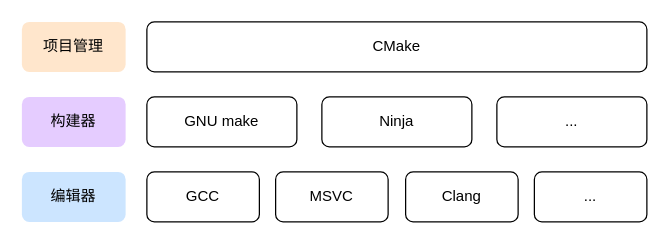
Before: notes/programming/cmake/images/01_cmake_intro_1.drawio in ZhixuanChang/zhixuanchang.github.io, a draw.io diagram. Source tidied: cells renumbered, new cells numbered last; positions are measured from the earlier drawing's top-left corner, leaving out a move shared by most shapes. Both pictures are drawn from the tidied source at 125%, with x=0, y=0 at pixel (21, 21).
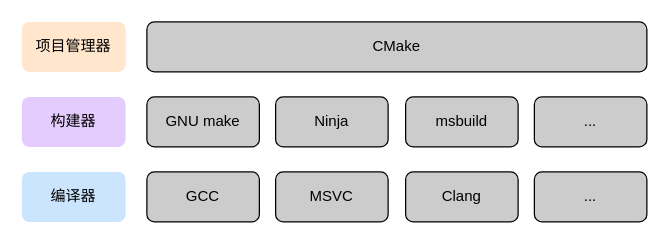
The same page after the edit.

Change to the diagram source:
```diff
@@
 <mxGraphModel>
   <root>
     <mxCell id="0" />
     <mxCell id="1" parent="0" />
-    <mxCell id="2" value="CMake" style="rounded=1;whiteSpace=wrap;html=1;" parent="1" vertex="1">
+    <mxCell id="2" value="CMake" style="rounded=1;whiteSpace=wrap;html=1;fillColor=light-dark(#CCCCCC,#CCCCCC);fontColor=light-dark(#000000,#000000);strokeColor=light-dark(#000000,#000000);" parent="1" vertex="1">
       <mxGeometry x="100" width="400" height="40" as="geometry" />
     </mxCell>
-    <mxCell id="3" value="GNU make" style="rounded=1;whiteSpace=wrap;html=1;" parent="1" vertex="1">
-      <mxGeometry x="100" y="60" width="120" height="40" as="geometry" />
+    <mxCell id="3" value="GNU make" style="rounded=1;whiteSpace=wrap;html=1;fillColor=light-dark(#CCCCCC,#CCCCCC);fontColor=light-dark(#000000,#000000);strokeColor=light-dark(#000000,#000000);" parent="1" vertex="1">
+      <mxGeometry x="100" y="60" width="90" height="40" as="geometry" />
     </mxCell>
-    <mxCell id="4" value="Ninja" style="rounded=1;whiteSpace=wrap;html=1;" parent="1" vertex="1">
-      <mxGeometry x="240" y="60" width="120" height="40" as="geometry" />
+    <mxCell id="4" value="Ninja" style="rounded=1;whiteSpace=wrap;html=1;fillColor=light-dark(#CCCCCC,#CCCCCC);fontColor=light-dark(#000000,#000000);strokeColor=light-dark(#000000,#000000);" parent="1" vertex="1">
+      <mxGeometry x="203" y="60" width="90" height="40" as="geometry" />
     </mxCell>
-    <mxCell id="5" value="..." style="rounded=1;whiteSpace=wrap;html=1;" parent="1" vertex="1">
-      <mxGeometry x="380" y="60" width="120" height="40" as="geometry" />
+    <mxCell id="5" value="..." style="rounded=1;whiteSpace=wrap;html=1;fillColor=light-dark(#CCCCCC,#CCCCCC);fontColor=light-dark(#000000,#000000);strokeColor=light-dark(#000000,#000000);" parent="1" vertex="1">
+      <mxGeometry x="410" y="60" width="90" height="40" as="geometry" />
     </mxCell>
-    <mxCell id="6" value="GCC" style="rounded=1;whiteSpace=wrap;html=1;" parent="1" vertex="1">
+    <mxCell id="6" value="GCC" style="rounded=1;whiteSpace=wrap;html=1;fillColor=light-dark(#CCCCCC,#CCCCCC);fontColor=light-dark(#000000,#000000);strokeColor=light-dark(#000000,#000000);" parent="1" vertex="1">
       <mxGeometry x="100" y="120" width="90" height="40" as="geometry" />
     </mxCell>
-    <mxCell id="7" value="MSVC" style="rounded=1;whiteSpace=wrap;html=1;" parent="1" vertex="1">
+    <mxCell id="7" value="MSVC" style="rounded=1;whiteSpace=wrap;html=1;fillColor=light-dark(#CCCCCC,#CCCCCC);fontColor=light-dark(#000000,#000000);strokeColor=light-dark(#000000,#000000);" parent="1" vertex="1">
       <mxGeometry x="203" y="120" width="90" height="40" as="geometry" />
     </mxCell>
-    <mxCell id="8" value="Clang" style="rounded=1;whiteSpace=wrap;html=1;" parent="1" vertex="1">
+    <mxCell id="8" value="Clang" style="rounded=1;whiteSpace=wrap;html=1;fillColor=light-dark(#CCCCCC,#CCCCCC);fontColor=light-dark(#000000,#000000);strokeColor=light-dark(#000000,#000000);" parent="1" vertex="1">
       <mxGeometry x="307" y="120" width="90" height="40" as="geometry" />
     </mxCell>
-    <mxCell id="9" value="..." style="rounded=1;whiteSpace=wrap;html=1;" parent="1" vertex="1">
+    <mxCell id="9" value="..." style="rounded=1;whiteSpace=wrap;html=1;fillColor=light-dark(#CCCCCC,#CCCCCC);fontColor=light-dark(#000000,#000000);strokeColor=light-dark(#000000,#000000);" parent="1" vertex="1">
       <mxGeometry x="410" y="120" width="90" height="40" as="geometry" />
     </mxCell>
-    <mxCell id="10" value="项目管理" style="rounded=1;whiteSpace=wrap;html=1;strokeColor=none;fillColor=#FFE6CC;" parent="1" vertex="1">
+    <mxCell id="10" value="项目管理器" style="rounded=1;whiteSpace=wrap;html=1;strokeColor=none;fillColor=light-dark(#FFE6CC,#994C00);fontColor=light-dark(#000000,#FFFFFF);" parent="1" vertex="1">
       <mxGeometry width="83" height="40" as="geometry" />
     </mxCell>
-    <mxCell id="11" value="构建器" style="rounded=1;whiteSpace=wrap;html=1;strokeColor=none;fillColor=#E5CCFF;" parent="1" vertex="1">
+    <mxCell id="11" value="构建器" style="rounded=1;whiteSpace=wrap;html=1;strokeColor=none;fillColor=light-dark(#E5CCFF,#4C0099);fontColor=light-dark(#000000,#FFFFFF);" parent="1" vertex="1">
       <mxGeometry y="60" width="83" height="40" as="geometry" />
     </mxCell>
-    <mxCell id="12" value="编辑器" style="rounded=1;whiteSpace=wrap;html=1;strokeColor=none;fillColor=#CCE5FF;" parent="1" vertex="1">
+    <mxCell id="12" value="编译器" style="rounded=1;whiteSpace=wrap;html=1;strokeColor=none;fillColor=light-dark(#CCE5FF,#004C99);fontColor=light-dark(#000000,#FFFFFF);" parent="1" vertex="1">
       <mxGeometry y="120" width="83" height="40" as="geometry" />
     </mxCell>
+    <mxCell id="13" value="msbuild" style="rounded=1;whiteSpace=wrap;html=1;fillColor=light-dark(#CCCCCC,#CCCCCC);fontColor=light-dark(#000000,#000000);strokeColor=light-dark(#000000,#000000);" parent="1" vertex="1">
+      <mxGeometry x="307" y="60" width="90" height="40" as="geometry" />
+    </mxCell>
   </root>
 </mxGraphModel>
```
